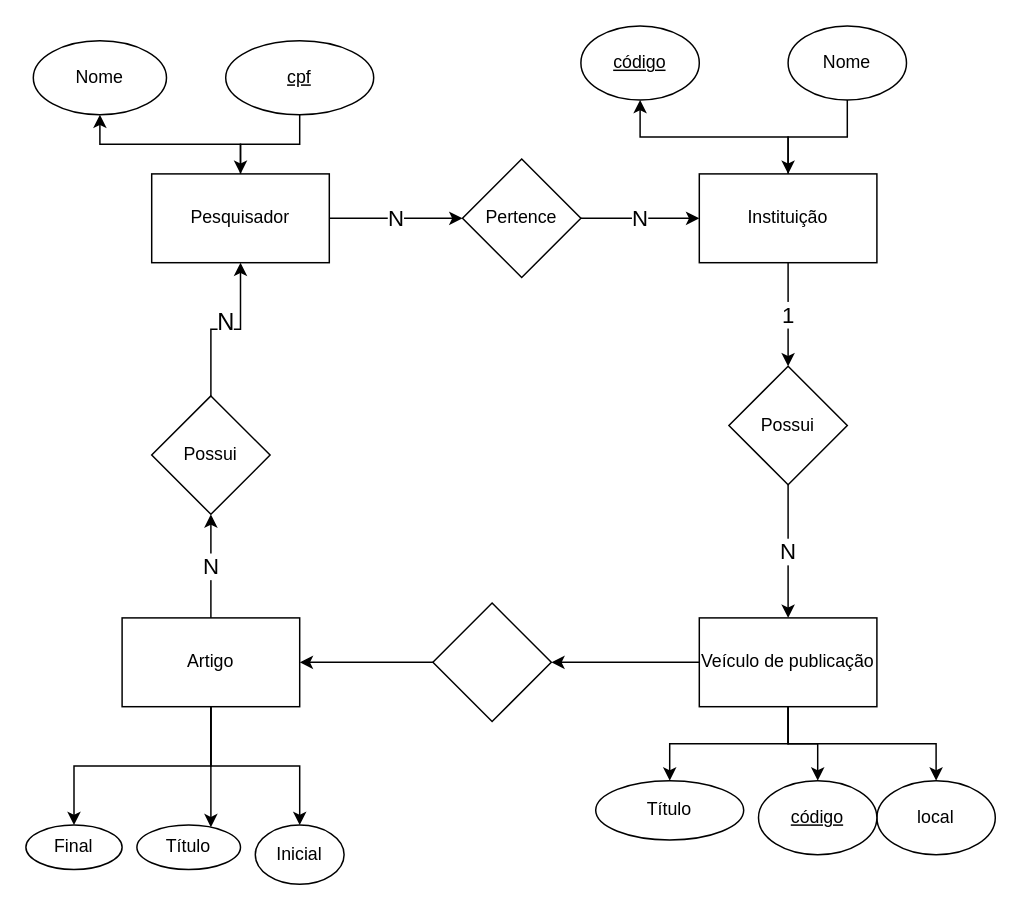
macdev14/pimentel-ferramentas keeps this draw.io diagram as Untitled Diagram.drawio. Above is the earlier version. Source tidied: cells renumbered, new cells numbered last; positions are measured from the earlier drawing's top-left corner, leaving out a move shared by most shapes. Both pictures are drawn from the tidied source at 148%, with x=0, y=0 at pixel (25, 25).
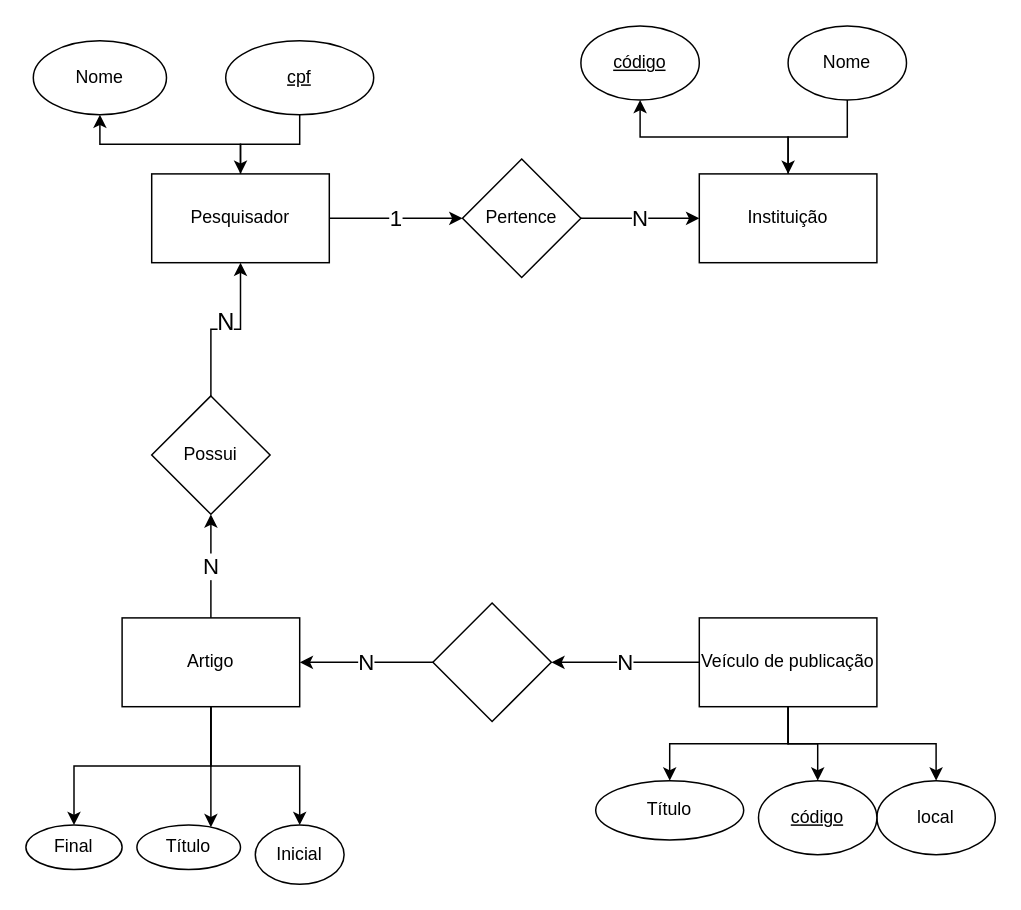
After the change.

The change refers to these unchanged cells:
```xml
<mxCell id="4" value="Pesquisador" style="rounded=0;whiteSpace=wrap;html=1;" parent="1" vertex="1">
  <mxGeometry x="85" y="100" width="120" height="60" as="geometry" />
</mxCell>
<mxCell id="9" value="Pertence" style="rhombus;whiteSpace=wrap;html=1;" parent="1" vertex="1">
  <mxGeometry x="295" y="90" width="80" height="80" as="geometry" />
</mxCell>
<mxCell id="12" value="Instituição" style="whiteSpace=wrap;html=1;" parent="1" vertex="1">
  <mxGeometry x="455" y="100" width="120" height="60" as="geometry" />
</mxCell>
<mxCell id="22" value="Veículo de publicação" style="whiteSpace=wrap;html=1;" parent="1" vertex="1">
  <mxGeometry x="455" y="400" width="120" height="60" as="geometry" />
</mxCell>
<mxCell id="27" style="rhombus;whiteSpace=wrap;html=1;" parent="1" vertex="1">
  <mxGeometry x="275" y="390" width="80" height="80" as="geometry" />
</mxCell>
<mxCell id="32" value="Artigo" style="whiteSpace=wrap;html=1;" parent="1" vertex="1">
  <mxGeometry x="65" y="400" width="120" height="60" as="geometry" />
</mxCell>
```

Change to the diagram source:
```diff
@@
-    <mxCell id="3" value="N" style="edgeStyle=orthogonalEdgeStyle;rounded=0;jettySize=auto;html=1;entryX=0;entryY=0.5;entryDx=0;entryDy=0;fontSize=15;" parent="1" edge="1" source="4" target="9">
+    <mxCell id="3" value="1" style="edgeStyle=orthogonalEdgeStyle;rounded=0;jettySize=auto;html=1;entryX=0;entryY=0.5;entryDx=0;entryDy=0;fontSize=15;" parent="1" edge="1" source="4" target="9">
       <mxGeometry relative="1" as="geometry" />
     </mxCell>
@@
-    <mxCell id="11" value="1" style="edgeStyle=orthogonalEdgeStyle;rounded=0;jettySize=auto;html=1;fontSize=15;" parent="1" edge="1" source="12" target="17">
-      <mxGeometry relative="1" as="geometry" />
-    </mxCell>
@@
-    <mxCell id="16" value="N" style="edgeStyle=orthogonalEdgeStyle;rounded=0;jettySize=auto;html=1;fontSize=15;" parent="1" edge="1" source="17" target="22">
-      <mxGeometry relative="1" as="geometry" />
-    </mxCell>
-    <mxCell id="17" value="Possui" style="rhombus;whiteSpace=wrap;html=1;" parent="1" vertex="1">
-      <mxGeometry x="475" y="230" width="80" height="80" as="geometry" />
-    </mxCell>
@@
-    <mxCell id="21" style="edgeStyle=orthogonalEdgeStyle;rounded=0;jettySize=auto;html=1;" parent="1" edge="1" source="22" target="27">
+    <mxCell id="21" value="N" style="edgeStyle=orthogonalEdgeStyle;rounded=0;jettySize=auto;html=1;fontSize=15;" parent="1" edge="1" source="22" target="27">
       <mxGeometry relative="1" as="geometry" />
     </mxCell>
@@
-    <mxCell id="26" style="edgeStyle=orthogonalEdgeStyle;rounded=0;jettySize=auto;html=1;" parent="1" edge="1" source="27" target="32">
+    <mxCell id="26" value="N" style="edgeStyle=orthogonalEdgeStyle;rounded=0;jettySize=auto;html=1;fontSize=15;" parent="1" edge="1" source="27" target="32">
       <mxGeometry relative="1" as="geometry" />
     </mxCell>
```
